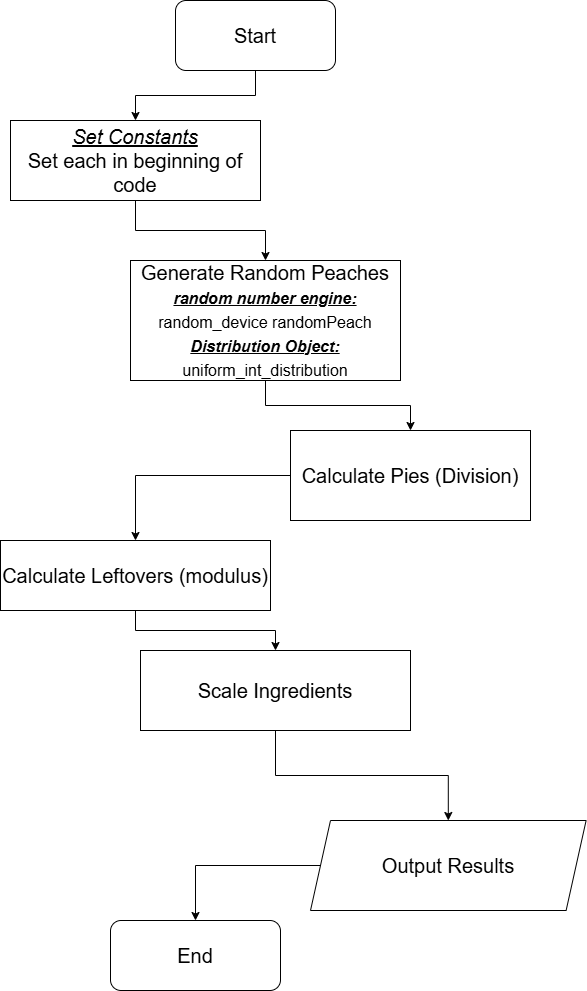
The draw.io diagram Peach1.drawio.png in ericgeiger1/PeachPie, before a commit. Source tidied: cells renumbered, new cells last; positions are measured from the earlier drawing's top-left corner, leaving out a move shared by most shapes.
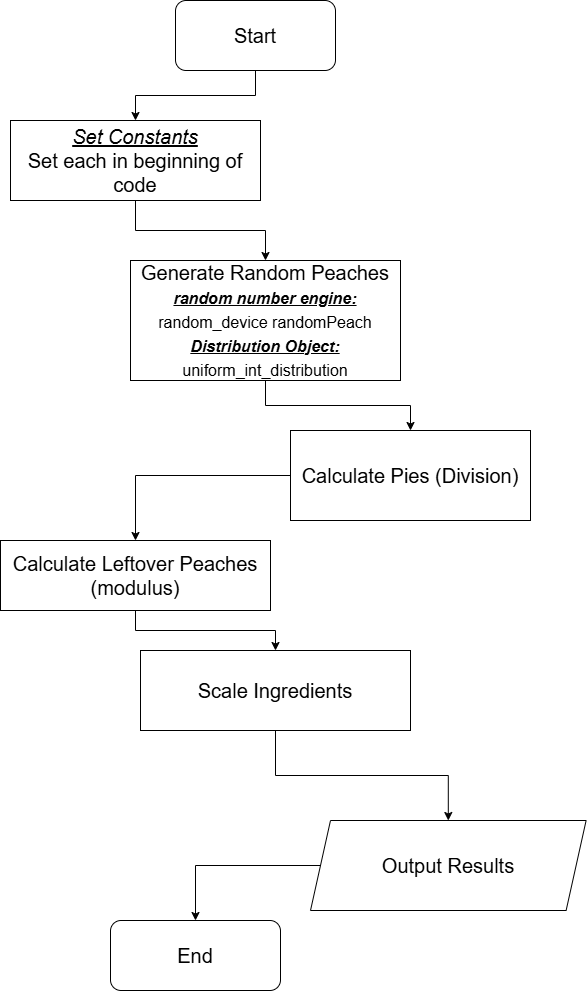
Later version of the same file.

Change to the diagram source:
```diff
@@ -38,7 +38,7 @@
     <mxCell id="13" style="edgeStyle=orthogonalEdgeStyle;rounded=0;jettySize=auto;html=1;" parent="1" edge="1" source="14" target="16">
       <mxGeometry relative="1" as="geometry" />
     </mxCell>
-    <mxCell id="14" value="Calculate Leftovers (modulus)" style="rounded=0;whiteSpace=wrap;html=1;fontSize=20;" parent="1" vertex="1">
+    <mxCell id="14" value="Calculate Leftover Peaches (modulus)" style="rounded=0;whiteSpace=wrap;html=1;fontSize=20;" parent="1" vertex="1">
       <mxGeometry y="540" width="270" height="70" as="geometry" />
     </mxCell>
     <mxCell id="15" style="edgeStyle=orthogonalEdgeStyle;rounded=0;jettySize=auto;html=1;" parent="1" edge="1" source="16" target="6">
```
